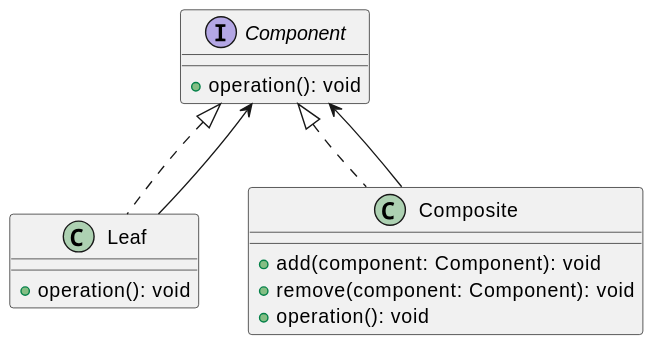
Above: out/patterns/composite/composite.svg in KubEF/architecture-learn-materials (PlantUML), before the change.
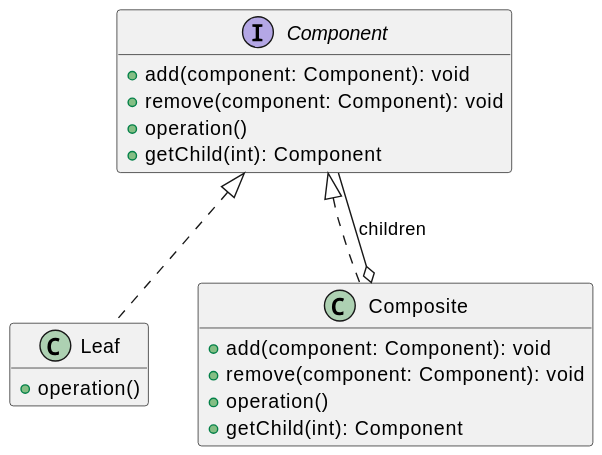
Above is the later version.

Diff of the diagram source:
```diff
@@ -1,18 +1,22 @@
 @startuml
+hide empty members
 interface Component {
-    +operation(): void
+    +add(component: Component): void
+    +remove(component: Component): void
+    +operation()
+    +getChild(int): Component
 }
 
 class Leaf implements Component {
-    +operation(): void
+    +operation()
 }
 
 class Composite implements Component {
     +add(component: Component): void
     +remove(component: Component): void
-    +operation(): void
+    +operation()
+    +getChild(int): Component
 }
 
-Composite --> Component
-Leaf --> Component
+Composite o-- Component : children
 @enduml
```
